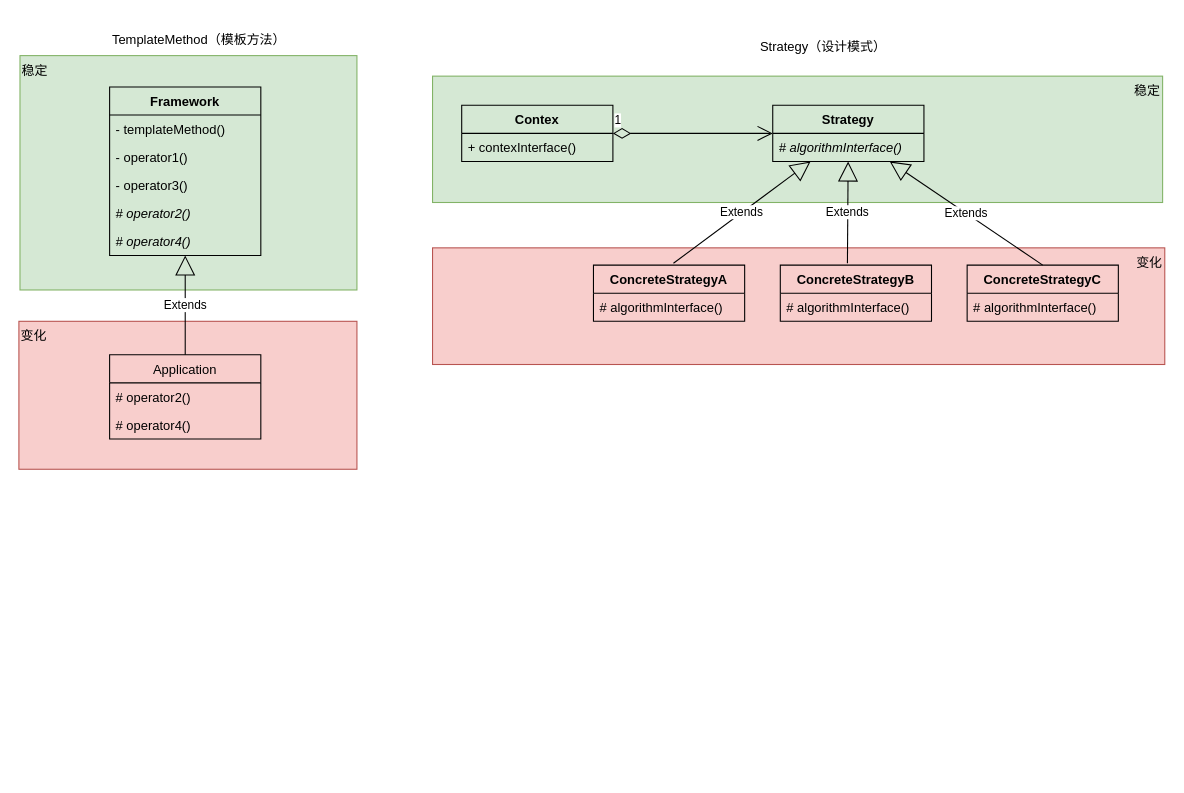
The draw.io diagram [language]/[What]c_cpp--base/gof/pic/uml.drawio in KcMeterCEC/explore, before the edit. Source tidied: cells renumbered, new cells numbered last; positions are measured from the earlier drawing's top-left corner, leaving out a move shared by most shapes. Both pictures are drawn from the tidied source at 108%, with x=0, y=0 at pixel (18, 18).
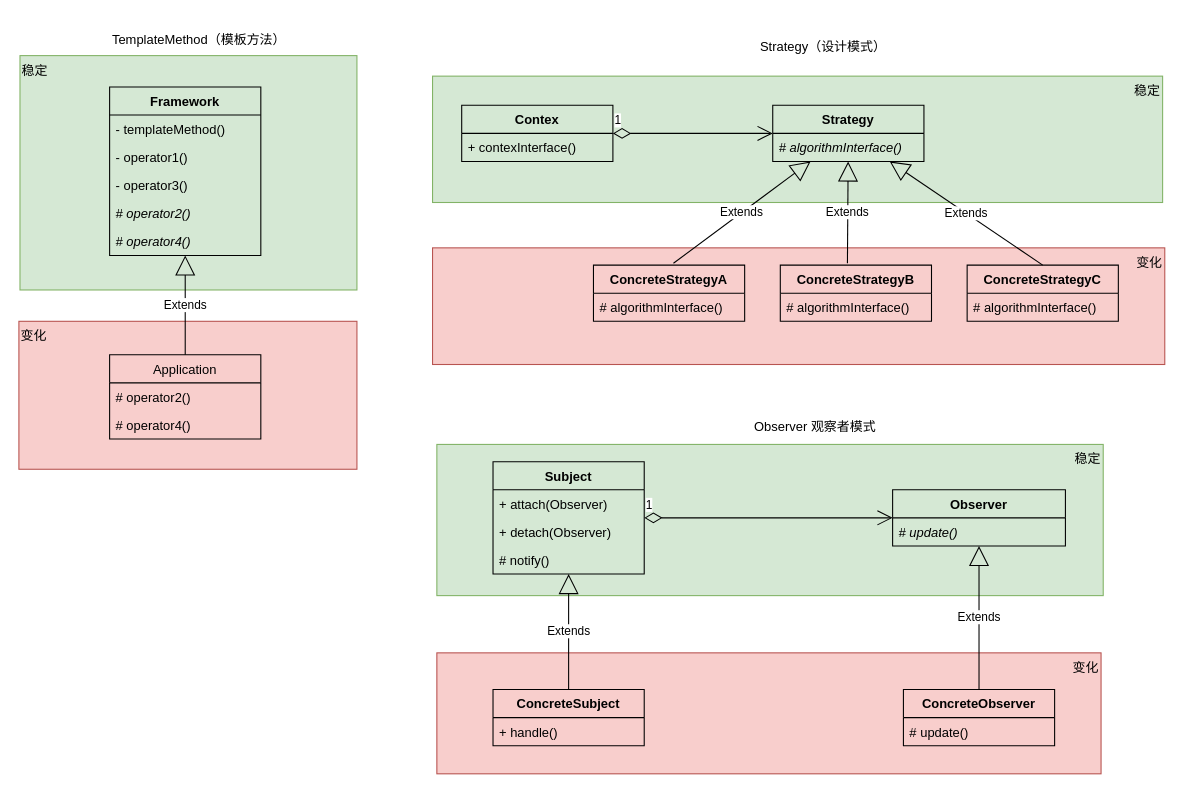
The same page after the edit.

Change to the diagram source:
```diff
@@
+    <mxCell id="32" value="变化" style="rounded=0;whiteSpace=wrap;html=1;fillColor=#f8cecc;strokeColor=#b85450;align=right;verticalAlign=top;" parent="1" vertex="1">
+      <mxGeometry x="387" y="587" width="615" height="112" as="geometry" />
+    </mxCell>
+    <mxCell id="33" value="稳定" style="rounded=0;whiteSpace=wrap;html=1;align=right;verticalAlign=top;fillColor=#d5e8d4;strokeColor=#82b366;" parent="1" vertex="1">
+      <mxGeometry x="387" y="394" width="617" height="140" as="geometry" />
+    </mxCell>
@@
+    <mxCell id="34" value="Observer 观察者模式" style="text;html=1;strokeColor=none;fillColor=none;align=center;verticalAlign=middle;whiteSpace=wrap;rounded=0;" parent="1" vertex="1">
+      <mxGeometry x="674" y="366" width="127" height="23" as="geometry" />
+    </mxCell>
+    <mxCell id="35" value="Subject" style="swimlane;fontStyle=1;horizontal=1;startSize=26;fillColor=none;" parent="1" vertex="1">
+      <mxGeometry x="439" y="410" width="140" height="104" as="geometry" />
+    </mxCell>
+    <mxCell id="36" value="+ attach(Observer)" style="text;strokeColor=none;fillColor=none;align=left;verticalAlign=top;spacingLeft=4;spacingRight=4;overflow=hidden;" parent="35" vertex="1">
+      <mxGeometry y="26" width="140" height="26" as="geometry" />
+    </mxCell>
+    <mxCell id="37" value="+ detach(Observer)" style="text;strokeColor=none;fillColor=none;align=left;verticalAlign=top;spacingLeft=4;spacingRight=4;overflow=hidden;" parent="35" vertex="1">
+      <mxGeometry y="52" width="140" height="26" as="geometry" />
+    </mxCell>
+    <mxCell id="38" value="# notify()" style="text;strokeColor=none;fillColor=none;align=left;verticalAlign=top;spacingLeft=4;spacingRight=4;overflow=hidden;" parent="35" vertex="1">
+      <mxGeometry y="78" width="140" height="26" as="geometry" />
+    </mxCell>
+    <mxCell id="39" value="1" style="endArrow=open;html=1;endSize=12;startArrow=diamondThin;startSize=14;startFill=0;edgeStyle=orthogonalEdgeStyle;align=left;verticalAlign=bottom;" parent="1" edge="1" source="35" target="46">
+      <mxGeometry x="-1" y="3" relative="1" as="geometry" />
+    </mxCell>
+    <mxCell id="40" value="Extends" style="endArrow=block;endSize=16;endFill=0;html=1;" parent="1" edge="1" source="41" target="46">
+      <mxGeometry relative="1" as="geometry" />
+    </mxCell>
+    <mxCell id="41" value="ConcreteObserver" style="swimlane;fontStyle=1;horizontal=1;startSize=26;fillColor=none;" parent="1" vertex="1">
+      <mxGeometry x="819" y="621" width="140" height="52" as="geometry" />
+    </mxCell>
+    <mxCell id="42" value="# update()" style="text;strokeColor=none;fillColor=none;align=left;verticalAlign=top;spacingLeft=4;spacingRight=4;overflow=hidden;" parent="41" vertex="1">
+      <mxGeometry y="26" width="140" height="26" as="geometry" />
+    </mxCell>
+    <mxCell id="43" value="Extends" style="endArrow=block;endSize=16;endFill=0;html=1;" parent="1" edge="1" source="44" target="35">
+      <mxGeometry relative="1" as="geometry" />
+    </mxCell>
+    <mxCell id="44" value="ConcreteSubject" style="swimlane;fontStyle=1;horizontal=1;startSize=26;fillColor=none;" parent="1" vertex="1">
+      <mxGeometry x="439" y="621" width="140" height="52" as="geometry" />
+    </mxCell>
+    <mxCell id="45" value="+ handle()" style="text;strokeColor=none;fillColor=none;align=left;verticalAlign=top;spacingLeft=4;spacingRight=4;overflow=hidden;" parent="44" vertex="1">
+      <mxGeometry y="26" width="140" height="26" as="geometry" />
+    </mxCell>
+    <mxCell id="46" value="Observer" style="swimlane;fontStyle=1;align=center;verticalAlign=top;horizontal=1;startSize=26;fillColor=none;" parent="1" vertex="1">
+      <mxGeometry x="809" y="436" width="160" height="52" as="geometry" />
+    </mxCell>
+    <mxCell id="47" value="# update()" style="text;strokeColor=none;fillColor=none;align=left;verticalAlign=top;spacingLeft=4;spacingRight=4;overflow=hidden;fontStyle=2;" parent="46" vertex="1">
+      <mxGeometry y="26" width="160" height="26" as="geometry" />
+    </mxCell>
```
